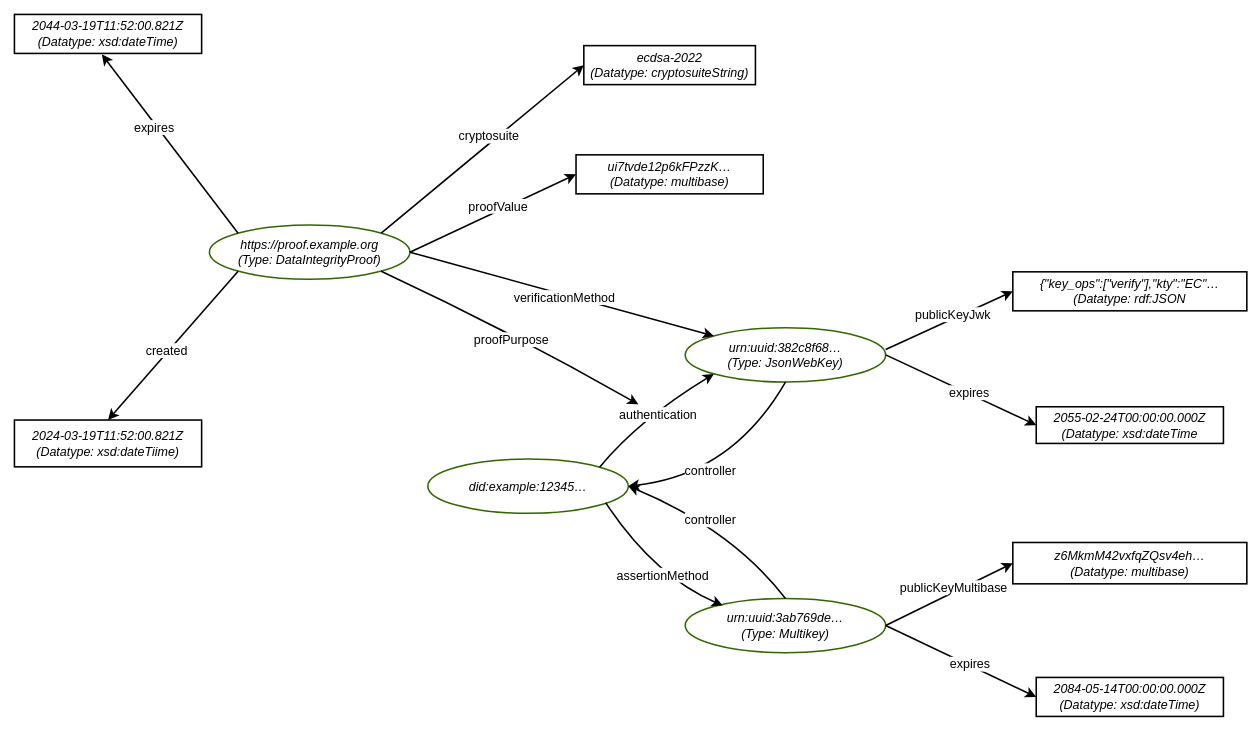
The draw.io diagram di_examples/complete.drawio in iherman/misc-notes, before the edit. Source tidied: cells renumbered, new cells numbered last; positions are measured from the earlier drawing's top-left corner, leaving out a move shared by most shapes. Both pictures are drawn from the tidied source at 78%, with x=0, y=0 at pixel (14, 14).
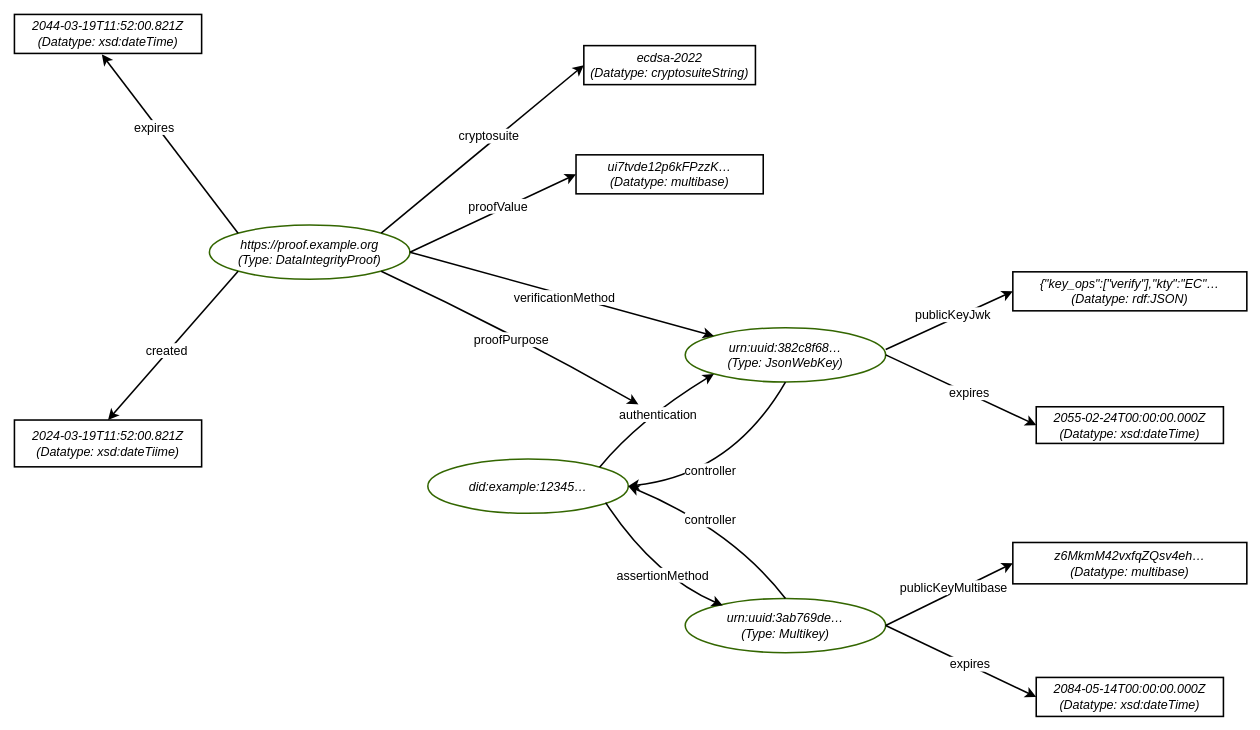
After the change.

The edit, as a diff of the source:
```diff
@@
-    <mxCell id="38" value="&lt;i&gt;{&quot;key_ops&quot;:[&quot;verify&quot;],&quot;kty&quot;:&quot;EC&quot;…&lt;/i&gt;&lt;div&gt;&lt;i&gt;(Datatype: rdf:JSON&lt;/i&gt;&lt;/div&gt;" style="rounded=0;whiteSpace=wrap;html=1;fontSize=16;fillColor=none;strokeWidth=2;" parent="1" vertex="1">
+    <mxCell id="38" value="&lt;i&gt;{&quot;key_ops&quot;:[&quot;verify&quot;],&quot;kty&quot;:&quot;EC&quot;…&lt;/i&gt;&lt;div&gt;&lt;i&gt;(Datatype: rdf:JSON)&lt;/i&gt;&lt;/div&gt;" style="rounded=0;whiteSpace=wrap;html=1;fontSize=16;fillColor=none;strokeWidth=2;" parent="1" vertex="1">
       <mxGeometry x="1280" y="330" width="300" height="50" as="geometry" />
     </mxCell>
-    <mxCell id="39" value="&lt;i&gt;&lt;font color=&quot;#000000&quot;&gt;2055-02-24T&lt;/font&gt;00:00:00.000Z&lt;/i&gt;&lt;div&gt;&lt;i&gt;(Datatype: xsd:dateTime&lt;/i&gt;&lt;/div&gt;" style="rounded=0;whiteSpace=wrap;html=1;fontSize=16;fillColor=none;strokeWidth=2;" parent="1" vertex="1">
+    <mxCell id="39" value="&lt;i&gt;&lt;font color=&quot;#000000&quot;&gt;2055-02-24T&lt;/font&gt;00:00:00.000Z&lt;/i&gt;&lt;div&gt;&lt;i&gt;(Datatype: xsd:dateTime)&lt;/i&gt;&lt;/div&gt;" style="rounded=0;whiteSpace=wrap;html=1;fontSize=16;fillColor=none;strokeWidth=2;" parent="1" vertex="1">
       <mxGeometry x="1310" y="503" width="240" height="47" as="geometry" />
     </mxCell>
```
